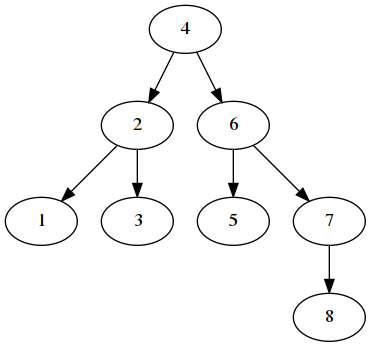
Above: tree/viz/tree.png in maxerMU/bmstu (Graphviz), before the change. Its source is kept beside it as tree/viz/tree.gv.
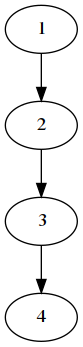
Later version of the same file.

What changed in the source:
```diff
@@ -1,13 +1,6 @@
 digraph tree {
-4 -> 2
-4 -> 6
-2 -> 1
+1 -> 2
 2 -> 3
-1
-3
-6 -> 5
-6 -> 7
-5
-7 -> 8
-8
+3 -> 4
+4
 }
```
